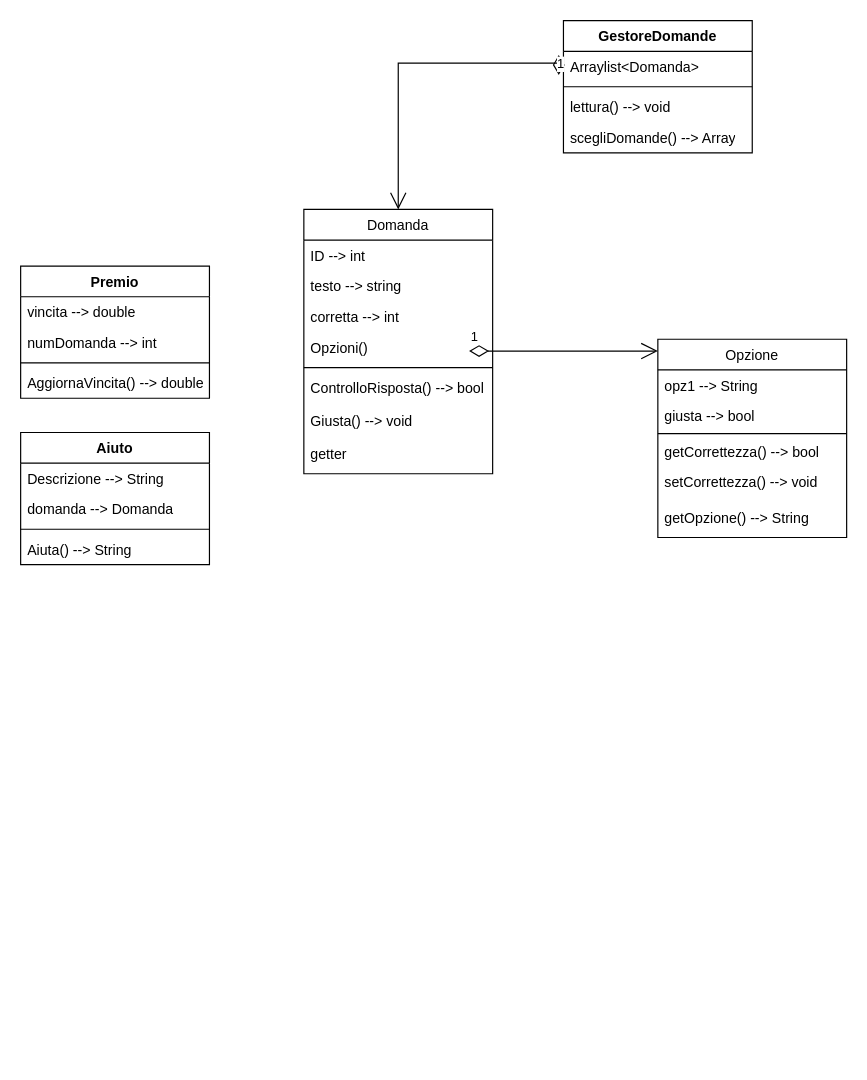
Earlier version of the draw.io diagram Diagramma delle classi.drawio (FilloCaprari/Progetto-Info). Source tidied: cells renumbered, new cells numbered last; positions are measured from the earlier drawing's top-left corner, leaving out a move shared by most shapes. Both pictures are drawn from the tidied source at 118%, with x=0, y=0 at pixel (20, 20).
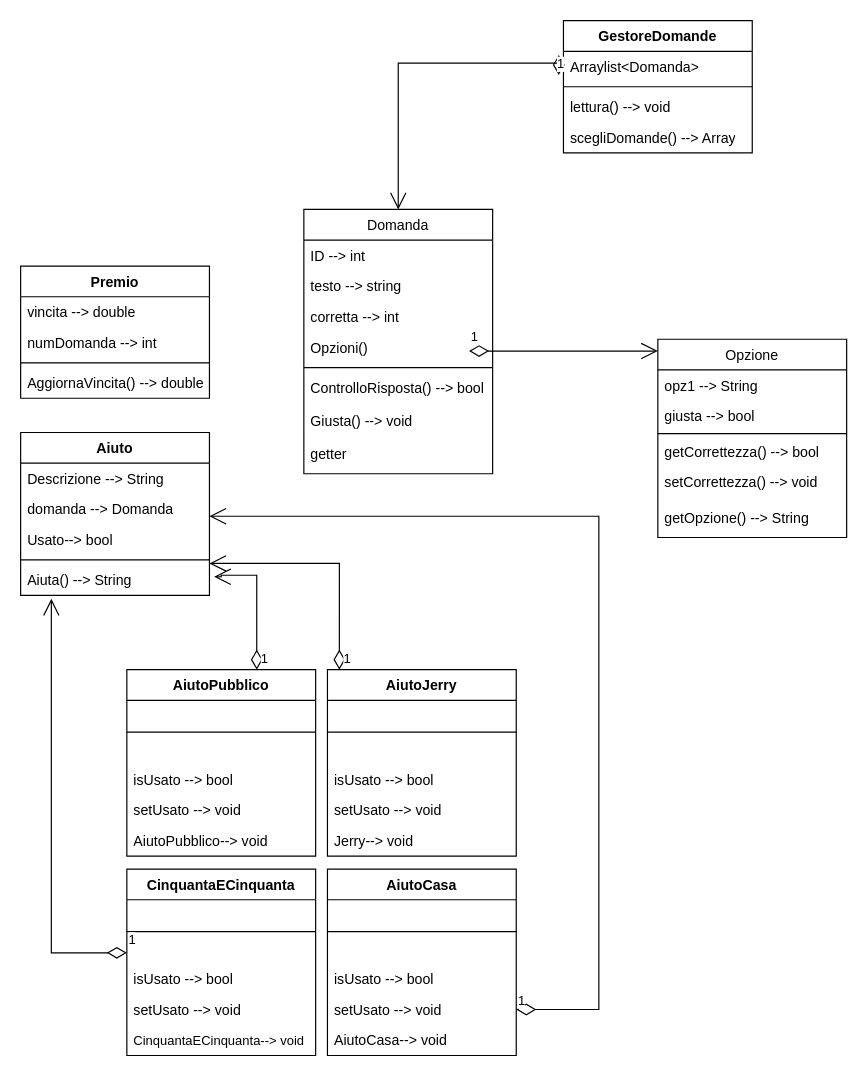
Above is the later version.

What changed in the source:
```diff
@@
     <mxCell id="24" value="Aiuto" style="swimlane;fontStyle=1;align=center;verticalAlign=top;horizontal=1;startSize=26;whiteSpace=wrap;html=1;" parent="1" vertex="1">
-      <mxGeometry y="349" width="160" height="112" as="geometry" />
+      <mxGeometry y="349" width="160" height="138" as="geometry" />
     </mxCell>
@@
+    <mxCell id="35" value="Usato--&amp;gt; bool" style="text;strokeColor=none;fillColor=none;align=left;verticalAlign=top;spacingLeft=4;spacingRight=4;overflow=hidden;whiteSpace=wrap;html=1;" parent="24" vertex="1">
+      <mxGeometry y="78" width="160" height="26" as="geometry" />
+    </mxCell>
     <mxCell id="27" style="line;strokeWidth=1;fillColor=none;align=left;verticalAlign=middle;spacingTop=-1;spacingLeft=3;spacingRight=3;labelPosition=right;strokeColor=inherit;" parent="24" vertex="1">
-      <mxGeometry y="78" width="160" height="8" as="geometry" />
+      <mxGeometry y="104" width="160" height="8" as="geometry" />
     </mxCell>
     <mxCell id="28" value="Aiuta() --&amp;gt; String" style="text;strokeColor=none;fillColor=none;align=left;verticalAlign=top;spacingLeft=4;spacingRight=4;overflow=hidden;points=[[0,0.5],[1,0.5]];portConstraint=eastwest;whiteSpace=wrap;html=1;" parent="24" vertex="1">
-      <mxGeometry y="86" width="160" height="26" as="geometry" />
+      <mxGeometry y="112" width="160" height="26" as="geometry" />
     </mxCell>
@@
+    <mxCell id="36" value="AiutoJerry" style="swimlane;fontStyle=1;align=center;verticalAlign=top;horizontal=1;startSize=26;whiteSpace=wrap;html=1;" parent="1" vertex="1">
+      <mxGeometry x="260" y="550" width="160" height="158" as="geometry" />
+    </mxCell>
+    <mxCell id="37" style="line;strokeWidth=1;fillColor=none;align=left;verticalAlign=middle;spacingTop=-1;spacingLeft=3;spacingRight=3;labelPosition=right;strokeColor=inherit;" parent="36" vertex="1">
+      <mxGeometry y="26" width="160" height="54" as="geometry" />
+    </mxCell>
+    <mxCell id="38" value="isUsato --&amp;gt; bool" style="text;strokeColor=none;fillColor=none;align=left;verticalAlign=top;spacingLeft=4;spacingRight=4;overflow=hidden;whiteSpace=wrap;html=1;" parent="36" vertex="1">
+      <mxGeometry y="80" width="160" height="26" as="geometry" />
+    </mxCell>
+    <mxCell id="39" value="setUsato --&amp;gt; void" style="text;strokeColor=none;fillColor=none;align=left;verticalAlign=top;spacingLeft=4;spacingRight=4;overflow=hidden;whiteSpace=wrap;html=1;" parent="36" vertex="1">
+      <mxGeometry y="106" width="160" height="26" as="geometry" />
+    </mxCell>
+    <mxCell id="40" value="Jerry--&amp;gt; void" style="text;strokeColor=none;fillColor=none;align=left;verticalAlign=top;spacingLeft=4;spacingRight=4;overflow=hidden;whiteSpace=wrap;html=1;" parent="36" vertex="1">
+      <mxGeometry y="132" width="160" height="26" as="geometry" />
+    </mxCell>
+    <mxCell id="41" value="CinquantaECinquanta" style="swimlane;fontStyle=1;align=center;verticalAlign=top;horizontal=1;startSize=26;whiteSpace=wrap;html=1;" parent="1" vertex="1">
+      <mxGeometry x="90" y="719" width="160" height="158" as="geometry" />
+    </mxCell>
+    <mxCell id="42" style="line;strokeWidth=1;fillColor=none;align=left;verticalAlign=middle;spacingTop=-1;spacingLeft=3;spacingRight=3;labelPosition=right;strokeColor=inherit;" parent="41" vertex="1">
+      <mxGeometry y="26" width="160" height="54" as="geometry" />
+    </mxCell>
+    <mxCell id="43" value="isUsato --&amp;gt; bool" style="text;strokeColor=none;fillColor=none;align=left;verticalAlign=top;spacingLeft=4;spacingRight=4;overflow=hidden;whiteSpace=wrap;html=1;" parent="41" vertex="1">
+      <mxGeometry y="80" width="160" height="26" as="geometry" />
+    </mxCell>
+    <mxCell id="44" value="setUsato --&amp;gt; void" style="text;strokeColor=none;fillColor=none;align=left;verticalAlign=top;spacingLeft=4;spacingRight=4;overflow=hidden;whiteSpace=wrap;html=1;" parent="41" vertex="1">
+      <mxGeometry y="106" width="160" height="26" as="geometry" />
+    </mxCell>
+    <mxCell id="45" value="&lt;font style=&quot;font-size: 11px;&quot;&gt;CinquantaECinquanta--&amp;gt; void&lt;/font&gt;" style="text;strokeColor=none;fillColor=none;align=left;verticalAlign=top;spacingLeft=4;spacingRight=4;overflow=hidden;whiteSpace=wrap;html=1;" parent="41" vertex="1">
+      <mxGeometry y="132" width="160" height="26" as="geometry" />
+    </mxCell>
+    <mxCell id="46" value="AiutoCasa" style="swimlane;fontStyle=1;align=center;verticalAlign=top;horizontal=1;startSize=26;whiteSpace=wrap;html=1;" parent="1" vertex="1">
+      <mxGeometry x="260" y="719" width="160" height="158" as="geometry" />
+    </mxCell>
+    <mxCell id="47" style="line;strokeWidth=1;fillColor=none;align=left;verticalAlign=middle;spacingTop=-1;spacingLeft=3;spacingRight=3;labelPosition=right;strokeColor=inherit;" parent="46" vertex="1">
+      <mxGeometry y="26" width="160" height="54" as="geometry" />
+    </mxCell>
+    <mxCell id="48" value="isUsato --&amp;gt; bool" style="text;strokeColor=none;fillColor=none;align=left;verticalAlign=top;spacingLeft=4;spacingRight=4;overflow=hidden;whiteSpace=wrap;html=1;" parent="46" vertex="1">
+      <mxGeometry y="80" width="160" height="26" as="geometry" />
+    </mxCell>
+    <mxCell id="49" value="setUsato --&amp;gt; void" style="text;strokeColor=none;fillColor=none;align=left;verticalAlign=top;spacingLeft=4;spacingRight=4;overflow=hidden;points=[[0,0.5],[1,0.5]];portConstraint=eastwest;whiteSpace=wrap;html=1;" parent="46" vertex="1">
+      <mxGeometry y="106" width="160" height="26" as="geometry" />
+    </mxCell>
+    <mxCell id="50" value="&lt;font style=&quot;font-size: 12px;&quot;&gt;AiutoCasa--&amp;gt; void&lt;/font&gt;" style="text;strokeColor=none;fillColor=none;align=left;verticalAlign=top;spacingLeft=4;spacingRight=4;overflow=hidden;whiteSpace=wrap;html=1;" parent="46" vertex="1">
+      <mxGeometry y="132" width="160" height="26" as="geometry" />
+    </mxCell>
+    <mxCell id="51" value="AiutoPubblico" style="swimlane;fontStyle=1;align=center;verticalAlign=top;horizontal=1;startSize=26;whiteSpace=wrap;html=1;" parent="1" vertex="1">
+      <mxGeometry x="90" y="550" width="160" height="158" as="geometry" />
+    </mxCell>
+    <mxCell id="52" style="line;strokeWidth=1;fillColor=none;align=left;verticalAlign=middle;spacingTop=-1;spacingLeft=3;spacingRight=3;labelPosition=right;strokeColor=inherit;" parent="51" vertex="1">
+      <mxGeometry y="26" width="160" height="54" as="geometry" />
+    </mxCell>
+    <mxCell id="53" value="isUsato --&amp;gt; bool" style="text;strokeColor=none;fillColor=none;align=left;verticalAlign=top;spacingLeft=4;spacingRight=4;overflow=hidden;whiteSpace=wrap;html=1;" parent="51" vertex="1">
+      <mxGeometry y="80" width="160" height="26" as="geometry" />
+    </mxCell>
+    <mxCell id="54" value="setUsato --&amp;gt; void" style="text;strokeColor=none;fillColor=none;align=left;verticalAlign=top;spacingLeft=4;spacingRight=4;overflow=hidden;whiteSpace=wrap;html=1;" parent="51" vertex="1">
+      <mxGeometry y="106" width="160" height="26" as="geometry" />
+    </mxCell>
+    <mxCell id="55" value="&lt;font style=&quot;font-size: 12px;&quot;&gt;AiutoPubblico--&amp;gt; void&lt;/font&gt;" style="text;strokeColor=none;fillColor=none;align=left;verticalAlign=top;spacingLeft=4;spacingRight=4;overflow=hidden;whiteSpace=wrap;html=1;" parent="51" vertex="1">
+      <mxGeometry y="132" width="160" height="26" as="geometry" />
+    </mxCell>
+    <mxCell id="56" value="1" style="endArrow=open;html=1;endSize=12;startArrow=diamondThin;startSize=14;startFill=0;edgeStyle=orthogonalEdgeStyle;align=left;verticalAlign=bottom;rounded=0;exitX=0.063;exitY=0;exitDx=0;exitDy=0;exitPerimeter=0;" parent="1" edge="1" source="36">
+      <mxGeometry x="-1" y="-2" relative="1" as="geometry">
+        <mxPoint x="160" y="460" as="targetPoint" />
+        <Array as="points">
+          <mxPoint x="270" y="460" />
+        </Array>
+      </mxGeometry>
+    </mxCell>
+    <mxCell id="57" value="1" style="endArrow=open;html=1;endSize=12;startArrow=diamondThin;startSize=14;startFill=0;edgeStyle=orthogonalEdgeStyle;align=left;verticalAlign=bottom;rounded=0;exitX=0.688;exitY=0;exitDx=0;exitDy=0;exitPerimeter=0;entryX=1.025;entryY=0.397;entryDx=0;entryDy=0;entryPerimeter=0;" parent="1" edge="1" source="51" target="28">
+      <mxGeometry x="-1" y="-2" relative="1" as="geometry">
+        <Array as="points">
+          <mxPoint x="200" y="470" />
+          <mxPoint x="170" y="470" />
+          <mxPoint x="170" y="471" />
+        </Array>
+      </mxGeometry>
+    </mxCell>
+    <mxCell id="58" value="1" style="endArrow=open;html=1;endSize=12;startArrow=diamondThin;startSize=14;startFill=0;edgeStyle=orthogonalEdgeStyle;align=left;verticalAlign=bottom;rounded=0;" parent="1" edge="1">
+      <mxGeometry x="-1" y="-2" relative="1" as="geometry">
+        <mxPoint x="90" y="790" as="sourcePoint" />
+        <mxPoint x="26" y="490" as="targetPoint" />
+        <Array as="points">
+          <mxPoint x="26" y="551" />
+          <mxPoint x="26" y="551" />
+        </Array>
+      </mxGeometry>
+    </mxCell>
+    <mxCell id="59" value="1" style="endArrow=open;html=1;endSize=12;startArrow=diamondThin;startSize=14;startFill=0;edgeStyle=orthogonalEdgeStyle;align=left;verticalAlign=bottom;rounded=0;exitX=1;exitY=0.5;exitDx=0;exitDy=0;" parent="1" edge="1" source="49">
+      <mxGeometry x="-1" y="-2" relative="1" as="geometry">
+        <mxPoint x="160" y="420" as="targetPoint" />
+        <Array as="points">
+          <mxPoint x="490" y="838" />
+          <mxPoint x="490" y="420" />
+        </Array>
+      </mxGeometry>
+    </mxCell>
```
